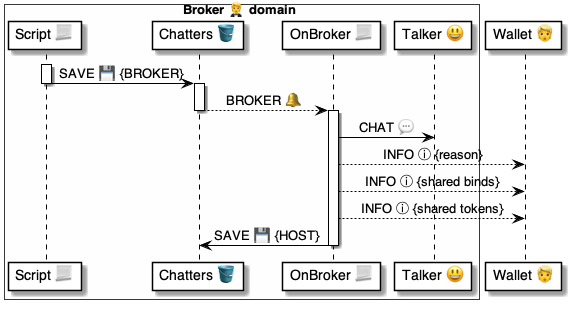
The PlantUML diagram 4 ⚙️ Solution/20 🧑‍🦰 UI/Brokers 🤵/🤵🪣 Broker tables/Chatters 👥 table/🪣🔔 2 Broker/🤵 OnChatterBroker ⚙️ uml.png in pollyweb-org/pollyweb-docs, before a commit. Its source is kept beside it as 4 ⚙️ Solution/20 🧑‍🦰 UI/Brokers 🤵/🤵🪣 Broker tables/Chatters 👥 table/🪣🔔 2 Broker/🤵 OnChatterBroker ⚙️ uml.puml.
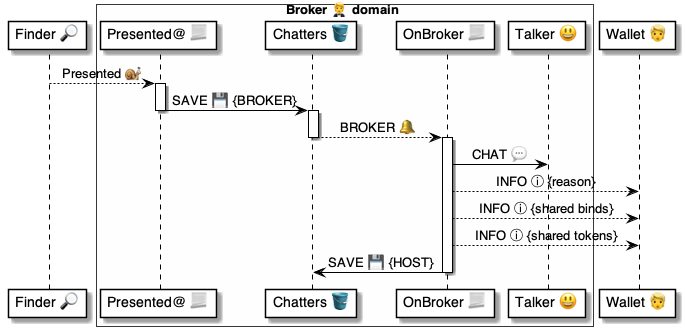
Above is the later version.

What changed in the source:
```diff
@@ -1,13 +1,17 @@
 @startuml OnChatterBroker
 
+participant "Finder 🔎" as finder
+
 box Broker 🤵 domain #FFFFFA
-    participant "Script 📃" as script
+    participant "Presented@ 📃" as script
     participant "Chatters 🪣" as table
     participant "OnBroker 📃" as handler
     participant "Talker 😃" as talker
 end box
 
 participant "Wallet 👱" as wallet
+
+finder --> script: Presented 🐌
 
 activate script
     script -> table: SAVE 💾 {BROKER}
```
